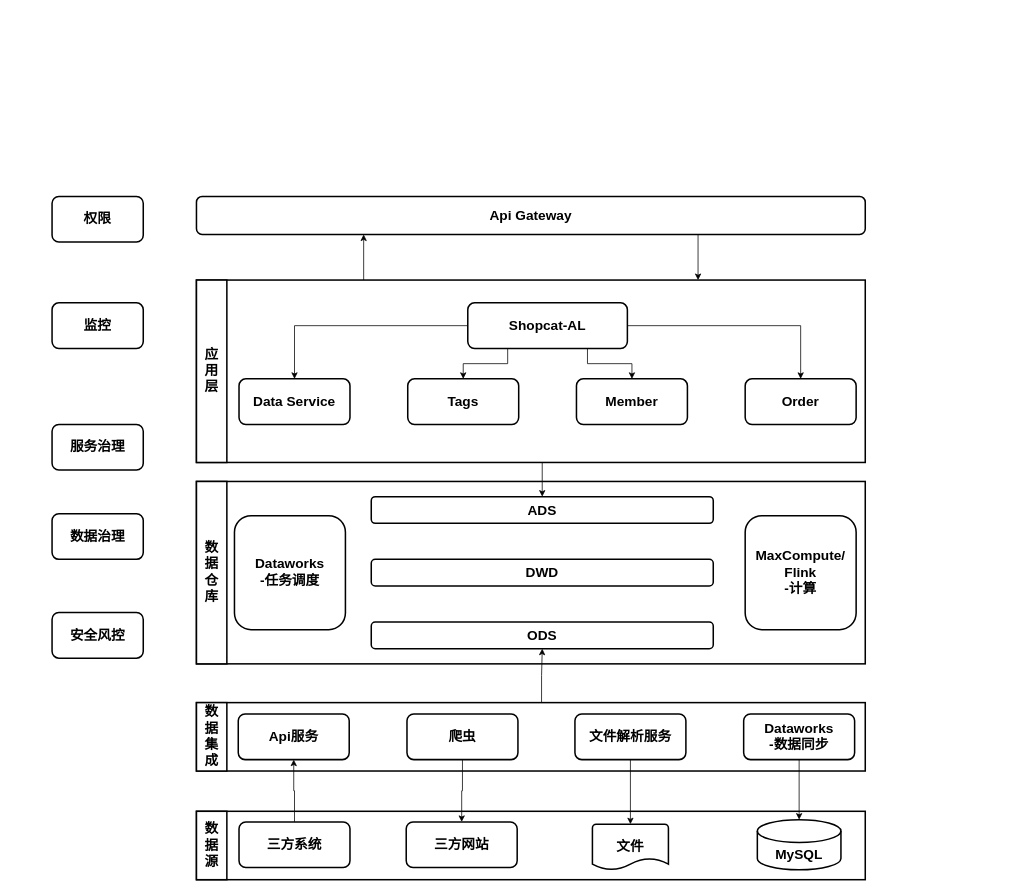
This is page "BBI&CRM融合架构" (16 of 16) of indicator-platform.drawio from jackie-thank/beego-authz, a draw.io file, before an edit. Source tidied: cells renumbered, new cells numbered last; positions are measured from the earlier drawing's top-left corner, leaving out a move shared by most shapes. Both pictures are drawn from the tidied source at 76%, with x=0, y=0 at pixel (52, 196).
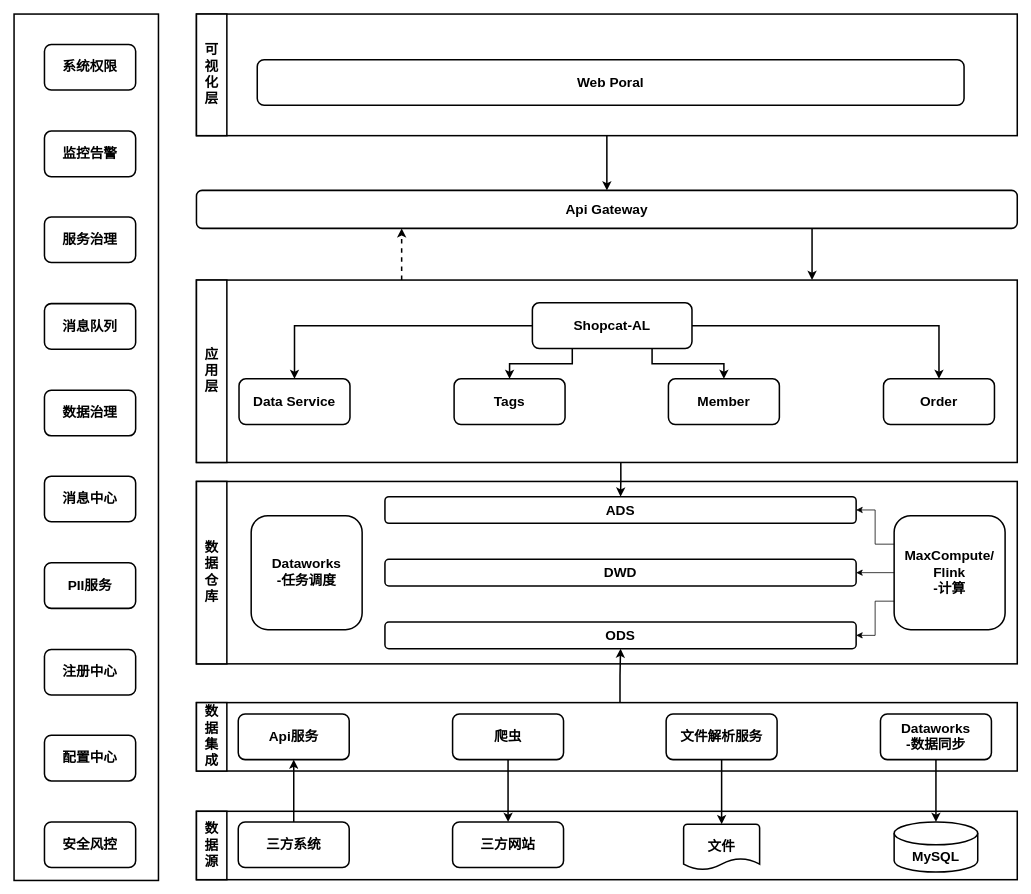
After the change.

Unchanged cells that the change refers to:
```xml
<mxCell id="9" value="Data Service" style="rounded=1;whiteSpace=wrap;html=1;strokeWidth=2;fontSize=18;fontStyle=1;" parent="1" vertex="1">
  <mxGeometry x="246" y="240" width="146" height="60" as="geometry" />
</mxCell>
<mxCell id="41" value="Api服务" style="rounded=1;whiteSpace=wrap;html=1;strokeWidth=2;fontSize=18;fontStyle=1;" parent="1" vertex="1">
  <mxGeometry x="245" y="681" width="146" height="60" as="geometry" />
</mxCell>
```

What changed in the source:
```diff
@@
+    <mxCell id="46" style="edgeStyle=orthogonalEdgeStyle;rounded=0;jettySize=auto;html=1;exitX=0.5;exitY=1;exitDx=0;exitDy=0;strokeWidth=2;" parent="1" edge="1" source="47" target="11">
+      <mxGeometry relative="1" as="geometry" />
+    </mxCell>
+    <mxCell id="47" style="rounded=0;whiteSpace=wrap;html=1;strokeWidth=2;" parent="1" vertex="1">
+      <mxGeometry x="190" y="-240" width="1080" height="160" as="geometry" />
+    </mxCell>
+    <mxCell id="48" style="rounded=0;whiteSpace=wrap;html=1;strokeWidth=2;" parent="1" vertex="1">
+      <mxGeometry x="-50" y="-240" width="190" height="1140" as="geometry" />
+    </mxCell>
     <mxCell id="2" style="rounded=0;whiteSpace=wrap;html=1;strokeWidth=2;" parent="1" vertex="1">
-      <mxGeometry x="190" y="375" width="880" height="240" as="geometry" />
+      <mxGeometry x="190" y="375" width="1080" height="240" as="geometry" />
     </mxCell>
-    <mxCell id="3" style="edgeStyle=orthogonalEdgeStyle;rounded=0;jettySize=auto;html=1;exitX=0.517;exitY=1.002;exitDx=0;exitDy=0;exitPerimeter=0;" parent="1" edge="1" source="5" target="22">
+    <mxCell id="3" style="edgeStyle=orthogonalEdgeStyle;rounded=0;jettySize=auto;html=1;exitX=0.517;exitY=1.002;exitDx=0;exitDy=0;exitPerimeter=0;strokeWidth=2;" parent="1" edge="1" source="5" target="22">
       <mxGeometry relative="1" as="geometry" />
     </mxCell>
-    <mxCell id="4" style="edgeStyle=orthogonalEdgeStyle;rounded=0;jettySize=auto;html=1;exitX=0.25;exitY=0;exitDx=0;exitDy=0;entryX=0.25;entryY=1;entryDx=0;entryDy=0;" parent="1" edge="1" source="5" target="11">
+    <mxCell id="4" style="edgeStyle=orthogonalEdgeStyle;rounded=0;jettySize=auto;html=1;exitX=0.25;exitY=0;exitDx=0;exitDy=0;entryX=0.25;entryY=1;entryDx=0;entryDy=0;fontSize=15;fontStyle=1;strokeWidth=2;dashed=1;" parent="1" edge="1" source="5" target="11">
       <mxGeometry relative="1" as="geometry" />
     </mxCell>
     <mxCell id="5" style="rounded=0;whiteSpace=wrap;html=1;strokeWidth=2;" parent="1" vertex="1">
-      <mxGeometry x="190" y="110" width="880" height="240" as="geometry" />
+      <mxGeometry x="190" y="110" width="1080" height="240" as="geometry" />
     </mxCell>
     <mxCell id="6" value="Member" style="rounded=1;whiteSpace=wrap;html=1;strokeWidth=2;fontSize=18;fontStyle=1;" parent="1" vertex="1">
-      <mxGeometry x="690" y="240" width="146" height="60" as="geometry" />
+      <mxGeometry x="811" y="240" width="146" height="60" as="geometry" />
     </mxCell>
     <mxCell id="7" value="Order" style="rounded=1;whiteSpace=wrap;html=1;strokeWidth=2;fontSize=18;fontStyle=1;" parent="1" vertex="1">
-      <mxGeometry x="912" y="240" width="146" height="60" as="geometry" />
+      <mxGeometry x="1094" y="240" width="146" height="60" as="geometry" />
     </mxCell>
     <mxCell id="8" value="Tags" style="rounded=1;whiteSpace=wrap;html=1;strokeWidth=2;fontSize=18;fontStyle=1;" parent="1" vertex="1">
-      <mxGeometry x="468" y="240" width="146" height="60" as="geometry" />
+      <mxGeometry x="529" y="240" width="146" height="60" as="geometry" />
     </mxCell>
@@
-    <mxCell id="10" style="edgeStyle=orthogonalEdgeStyle;rounded=0;jettySize=auto;html=1;exitX=0.75;exitY=1;exitDx=0;exitDy=0;entryX=0.75;entryY=0;entryDx=0;entryDy=0;" parent="1" edge="1" source="11" target="5">
+    <mxCell id="10" style="edgeStyle=orthogonalEdgeStyle;rounded=0;jettySize=auto;html=1;exitX=0.75;exitY=1;exitDx=0;exitDy=0;entryX=0.75;entryY=0;entryDx=0;entryDy=0;strokeWidth=2;" parent="1" edge="1" source="11" target="5">
       <mxGeometry relative="1" as="geometry" />
     </mxCell>
     <mxCell id="11" value="Api Gateway" style="rounded=1;whiteSpace=wrap;html=1;strokeWidth=2;fontSize=18;fontStyle=1;" parent="1" vertex="1">
-      <mxGeometry x="190" width="880" height="50" as="geometry" />
+      <mxGeometry x="190" y="-8" width="1080" height="50" as="geometry" />
     </mxCell>
     <mxCell id="12" value="ODS" style="rounded=1;whiteSpace=wrap;html=1;strokeWidth=2;fontSize=18;fontStyle=1;" parent="1" vertex="1">
-      <mxGeometry x="420" y="560" width="450" height="35" as="geometry" />
+      <mxGeometry x="438" y="560" width="620" height="35" as="geometry" />
     </mxCell>
-    <mxCell id="13" style="edgeStyle=orthogonalEdgeStyle;rounded=0;jettySize=auto;html=1;exitX=0.75;exitY=1;exitDx=0;exitDy=0;" parent="1" edge="1" source="17" target="6">
+    <mxCell id="13" style="edgeStyle=orthogonalEdgeStyle;rounded=0;jettySize=auto;html=1;exitX=0.75;exitY=1;exitDx=0;exitDy=0;strokeWidth=2;" parent="1" edge="1" source="17" target="6">
       <mxGeometry relative="1" as="geometry" />
     </mxCell>
-    <mxCell id="14" style="edgeStyle=orthogonalEdgeStyle;rounded=0;jettySize=auto;html=1;exitX=1;exitY=0.5;exitDx=0;exitDy=0;" parent="1" edge="1" source="17" target="7">
+    <mxCell id="14" style="edgeStyle=orthogonalEdgeStyle;rounded=0;jettySize=auto;html=1;exitX=1;exitY=0.5;exitDx=0;exitDy=0;strokeWidth=2;" parent="1" edge="1" source="17" target="7">
       <mxGeometry relative="1" as="geometry" />
     </mxCell>
-    <mxCell id="15" style="edgeStyle=orthogonalEdgeStyle;rounded=0;jettySize=auto;html=1;exitX=0.25;exitY=1;exitDx=0;exitDy=0;" parent="1" edge="1" source="17" target="8">
+    <mxCell id="15" style="edgeStyle=orthogonalEdgeStyle;rounded=0;jettySize=auto;html=1;exitX=0.25;exitY=1;exitDx=0;exitDy=0;strokeWidth=2;" parent="1" edge="1" source="17" target="8">
       <mxGeometry relative="1" as="geometry" />
     </mxCell>
-    <mxCell id="16" style="edgeStyle=orthogonalEdgeStyle;rounded=0;jettySize=auto;html=1;exitX=0;exitY=0.5;exitDx=0;exitDy=0;entryX=0.5;entryY=0;entryDx=0;entryDy=0;" parent="1" edge="1" source="17" target="9">
+    <mxCell id="16" style="edgeStyle=orthogonalEdgeStyle;rounded=0;jettySize=auto;html=1;exitX=0;exitY=0.5;exitDx=0;exitDy=0;entryX=0.5;entryY=0;entryDx=0;entryDy=0;strokeWidth=2;" parent="1" edge="1" source="17" target="9">
       <mxGeometry relative="1" as="geometry" />
     </mxCell>
     <mxCell id="17" value="Shopcat-AL" style="rounded=1;whiteSpace=wrap;html=1;strokeWidth=2;fontSize=18;fontStyle=1;" parent="1" vertex="1">
-      <mxGeometry x="547" y="140" width="210" height="60" as="geometry" />
+      <mxGeometry x="632" y="140" width="210" height="60" as="geometry" />
     </mxCell>
-    <mxCell id="18" value="权限" style="rounded=1;whiteSpace=wrap;html=1;strokeWidth=2;fontSize=18;fontStyle=1;" parent="1" vertex="1">
-      <mxGeometry width="120" height="60" as="geometry" />
+    <mxCell id="18" value="系统权限" style="rounded=1;whiteSpace=wrap;html=1;strokeWidth=2;fontSize=18;fontStyle=1;" parent="1" vertex="1">
+      <mxGeometry x="-10" y="-200" width="120" height="60" as="geometry" />
     </mxCell>
-    <mxCell id="19" value="监控" style="rounded=1;whiteSpace=wrap;html=1;strokeWidth=2;fontSize=18;fontStyle=1;" parent="1" vertex="1">
-      <mxGeometry y="140" width="120" height="60" as="geometry" />
+    <mxCell id="19" value="监控告警" style="rounded=1;whiteSpace=wrap;html=1;strokeWidth=2;fontSize=18;fontStyle=1;" parent="1" vertex="1">
+      <mxGeometry x="-10" y="-86" width="120" height="60" as="geometry" />
     </mxCell>
     <mxCell id="20" value="服务治理" style="rounded=1;whiteSpace=wrap;html=1;strokeWidth=2;fontSize=18;fontStyle=1;" parent="1" vertex="1">
-      <mxGeometry y="300" width="120" height="60" as="geometry" />
+      <mxGeometry x="-10" y="27" width="120" height="60" as="geometry" />
     </mxCell>
     <mxCell id="21" value="DWD" style="rounded=1;whiteSpace=wrap;html=1;strokeWidth=2;fontSize=18;fontStyle=1;" parent="1" vertex="1">
-      <mxGeometry x="420" y="477.5" width="450" height="35" as="geometry" />
+      <mxGeometry x="438" y="477.5" width="620" height="35" as="geometry" />
     </mxCell>
     <mxCell id="22" value="ADS" style="rounded=1;whiteSpace=wrap;html=1;strokeWidth=2;fontSize=18;fontStyle=1;" parent="1" vertex="1">
-      <mxGeometry x="420" y="395" width="450" height="35" as="geometry" />
+      <mxGeometry x="438" y="395" width="620" height="35" as="geometry" />
     </mxCell>
-    <mxCell id="23" style="edgeStyle=orthogonalEdgeStyle;rounded=0;jettySize=auto;html=1;exitX=0.516;exitY=0.01;exitDx=0;exitDy=0;exitPerimeter=0;" parent="1" edge="1" source="24" target="12">
+    <mxCell id="23" style="edgeStyle=orthogonalEdgeStyle;rounded=0;jettySize=auto;html=1;exitX=0.516;exitY=0.01;exitDx=0;exitDy=0;exitPerimeter=0;strokeWidth=2;" parent="1" edge="1" source="24" target="12">
       <mxGeometry relative="1" as="geometry" />
     </mxCell>
     <mxCell id="24" style="rounded=0;whiteSpace=wrap;html=1;strokeWidth=2;" parent="1" vertex="1">
-      <mxGeometry x="190" y="666" width="880" height="90" as="geometry" />
+      <mxGeometry x="190" y="666" width="1080" height="90" as="geometry" />
     </mxCell>
     <mxCell id="25" value="&lt;div&gt;Dataworks&lt;/div&gt;&lt;div&gt;-数据同步&lt;/div&gt;" style="rounded=1;whiteSpace=wrap;html=1;strokeWidth=2;fontSize=18;fontStyle=1;" parent="1" vertex="1">
-      <mxGeometry x="910" y="681" width="146" height="60" as="geometry" />
+      <mxGeometry x="1090" y="681" width="146" height="60" as="geometry" />
     </mxCell>
@@
     <mxCell id="27" style="rounded=0;whiteSpace=wrap;html=1;strokeWidth=2;" parent="1" vertex="1">
-      <mxGeometry x="190" y="809" width="880" height="90" as="geometry" />
+      <mxGeometry x="190" y="809" width="1080" height="90" as="geometry" />
     </mxCell>
@@
     <mxCell id="30" value="MySQL" style="shape=cylinder3;whiteSpace=wrap;html=1;boundedLbl=1;backgroundOutline=1;size=15;strokeWidth=2;fontSize=18;fontStyle=1;" parent="1" vertex="1">
-      <mxGeometry x="928" y="820" width="110" height="66" as="geometry" />
+      <mxGeometry x="1108" y="823" width="110" height="66" as="geometry" />
     </mxCell>
-    <mxCell id="31" style="edgeStyle=orthogonalEdgeStyle;rounded=0;jettySize=auto;html=1;exitX=0.5;exitY=1;exitDx=0;exitDy=0;entryX=0.5;entryY=0;entryDx=0;entryDy=0;entryPerimeter=0;" parent="1" edge="1" source="25" target="30">
+    <mxCell id="31" style="edgeStyle=orthogonalEdgeStyle;rounded=0;jettySize=auto;html=1;exitX=0.5;exitY=1;exitDx=0;exitDy=0;entryX=0.5;entryY=0;entryDx=0;entryDy=0;entryPerimeter=0;strokeWidth=2;fontStyle=1;fontSize=15;" parent="1" edge="1" source="25" target="30">
       <mxGeometry relative="1" as="geometry" />
     </mxCell>
+    <mxCell id="49" style="edgeStyle=orthogonalEdgeStyle;rounded=0;jettySize=auto;html=1;exitX=0;exitY=0.75;exitDx=0;exitDy=0;" parent="1" edge="1" source="32" target="12">
+      <mxGeometry relative="1" as="geometry" />
+    </mxCell>
+    <mxCell id="50" style="edgeStyle=orthogonalEdgeStyle;rounded=0;jettySize=auto;html=1;exitX=0;exitY=0.5;exitDx=0;exitDy=0;entryX=1;entryY=0.5;entryDx=0;entryDy=0;" parent="1" edge="1" source="32" target="21">
+      <mxGeometry relative="1" as="geometry" />
+    </mxCell>
+    <mxCell id="51" style="edgeStyle=orthogonalEdgeStyle;rounded=0;jettySize=auto;html=1;exitX=0;exitY=0.25;exitDx=0;exitDy=0;" parent="1" edge="1" source="32" target="22">
+      <mxGeometry relative="1" as="geometry" />
+    </mxCell>
     <mxCell id="32" value="&lt;div&gt;MaxCompute/&lt;/div&gt;&lt;div&gt;Flink&lt;/div&gt;&lt;div&gt;-计算&lt;br&gt;&lt;/div&gt;" style="rounded=1;whiteSpace=wrap;html=1;strokeWidth=2;fontSize=18;fontStyle=1;" parent="1" vertex="1">
-      <mxGeometry x="912" y="420" width="146" height="150" as="geometry" />
+      <mxGeometry x="1108" y="420" width="146" height="150" as="geometry" />
     </mxCell>
     <mxCell id="33" value="&lt;div&gt;Dataworks&lt;/div&gt;&lt;div&gt;-任务调度&lt;br&gt;&lt;/div&gt;" style="rounded=1;whiteSpace=wrap;html=1;strokeWidth=2;fontSize=18;fontStyle=1;" parent="1" vertex="1">
-      <mxGeometry x="240" y="420" width="146" height="150" as="geometry" />
+      <mxGeometry x="262" y="420" width="146" height="150" as="geometry" />
     </mxCell>
     <mxCell id="34" value="数据治理" style="rounded=1;whiteSpace=wrap;html=1;strokeWidth=2;fontSize=18;fontStyle=1;" parent="1" vertex="1">
-      <mxGeometry y="417.5" width="120" height="60" as="geometry" />
+      <mxGeometry x="-10" y="255" width="120" height="60" as="geometry" />
     </mxCell>
@@
     <mxCell id="36" value="安全风控" style="rounded=1;whiteSpace=wrap;html=1;strokeWidth=2;fontSize=18;fontStyle=1;" parent="1" vertex="1">
-      <mxGeometry y="547.5" width="120" height="60" as="geometry" />
+      <mxGeometry x="-10" y="823" width="120" height="60" as="geometry" />
     </mxCell>
     <mxCell id="37" value="文件" style="strokeWidth=2;html=1;shape=mxgraph.flowchart.document2;whiteSpace=wrap;size=0.25;fontSize=18;fontStyle=1;" parent="1" vertex="1">
-      <mxGeometry x="711" y="826" width="100" height="60" as="geometry" />
+      <mxGeometry x="831" y="826" width="100" height="60" as="geometry" />
     </mxCell>
     <mxCell id="38" value="文件解析服务" style="rounded=1;whiteSpace=wrap;html=1;strokeWidth=2;fontSize=18;fontStyle=1;" parent="1" vertex="1">
-      <mxGeometry x="688" y="681" width="146" height="60" as="geometry" />
+      <mxGeometry x="808" y="681" width="146" height="60" as="geometry" />
     </mxCell>
-    <mxCell id="39" style="edgeStyle=orthogonalEdgeStyle;rounded=0;jettySize=auto;html=1;exitX=0.5;exitY=1;exitDx=0;exitDy=0;" parent="1" edge="1" source="40" target="45">
+    <mxCell id="39" style="edgeStyle=orthogonalEdgeStyle;rounded=0;jettySize=auto;html=1;exitX=0.5;exitY=1;exitDx=0;exitDy=0;strokeWidth=2;fontStyle=1;fontSize=15;" parent="1" edge="1" source="40" target="45">
       <mxGeometry relative="1" as="geometry" />
     </mxCell>
     <mxCell id="40" value="爬虫" style="rounded=1;whiteSpace=wrap;html=1;strokeWidth=2;fontSize=18;fontStyle=1;" parent="1" vertex="1">
-      <mxGeometry x="467" y="681" width="146" height="60" as="geometry" />
+      <mxGeometry x="527" y="681" width="146" height="60" as="geometry" />
     </mxCell>
@@
-    <mxCell id="42" style="edgeStyle=orthogonalEdgeStyle;rounded=0;jettySize=auto;html=1;exitX=0.5;exitY=1;exitDx=0;exitDy=0;entryX=0.5;entryY=0;entryDx=0;entryDy=0;entryPerimeter=0;" parent="1" edge="1" source="38" target="37">
+    <mxCell id="42" style="edgeStyle=orthogonalEdgeStyle;rounded=0;jettySize=auto;html=1;exitX=0.5;exitY=1;exitDx=0;exitDy=0;entryX=0.5;entryY=0;entryDx=0;entryDy=0;entryPerimeter=0;strokeWidth=2;fontStyle=1;fontSize=15;" parent="1" edge="1" source="38" target="37">
       <mxGeometry relative="1" as="geometry" />
     </mxCell>
-    <mxCell id="43" style="edgeStyle=orthogonalEdgeStyle;rounded=0;jettySize=auto;html=1;exitX=0.5;exitY=0;exitDx=0;exitDy=0;entryX=0.5;entryY=1;entryDx=0;entryDy=0;" parent="1" edge="1" source="44" target="41">
+    <mxCell id="43" style="edgeStyle=orthogonalEdgeStyle;rounded=0;jettySize=auto;html=1;exitX=0.5;exitY=0;exitDx=0;exitDy=0;entryX=0.5;entryY=1;entryDx=0;entryDy=0;strokeWidth=2;fontStyle=1;fontSize=15;" parent="1" edge="1" source="44" target="41">
       <mxGeometry relative="1" as="geometry" />
     </mxCell>
     <mxCell id="44" value="三方系统" style="rounded=1;whiteSpace=wrap;html=1;strokeWidth=2;fontSize=18;fontStyle=1;" parent="1" vertex="1">
-      <mxGeometry x="246" y="823" width="146" height="60" as="geometry" />
+      <mxGeometry x="245" y="823" width="146" height="60" as="geometry" />
     </mxCell>
     <mxCell id="45" value="三方网站" style="rounded=1;whiteSpace=wrap;html=1;strokeWidth=2;fontSize=18;fontStyle=1;" parent="1" vertex="1">
-      <mxGeometry x="466" y="823" width="146" height="60" as="geometry" />
+      <mxGeometry x="527" y="823" width="146" height="60" as="geometry" />
     </mxCell>
+    <mxCell id="52" value="注册中心" style="rounded=1;whiteSpace=wrap;html=1;strokeWidth=2;fontSize=18;fontStyle=1;" parent="1" vertex="1">
+      <mxGeometry x="-10" y="596" width="120" height="60" as="geometry" />
+    </mxCell>
+    <mxCell id="53" value="配置中心" style="rounded=1;whiteSpace=wrap;html=1;strokeWidth=2;fontSize=18;fontStyle=1;" parent="1" vertex="1">
+      <mxGeometry x="-10" y="709" width="120" height="60" as="geometry" />
+    </mxCell>
+    <mxCell id="54" value="&lt;div&gt;可&lt;/div&gt;&lt;div&gt;视&lt;/div&gt;&lt;div&gt;化&lt;/div&gt;&lt;div&gt;层&lt;/div&gt;" style="rounded=0;whiteSpace=wrap;html=1;strokeWidth=2;fontSize=18;fontStyle=1;" parent="1" vertex="1">
+      <mxGeometry x="190" y="-240" width="40" height="160" as="geometry" />
+    </mxCell>
+    <mxCell id="55" value="&lt;div&gt;Web Poral&lt;br&gt;&lt;/div&gt;" style="rounded=1;whiteSpace=wrap;html=1;strokeWidth=2;fontSize=18;fontStyle=1;" parent="1" vertex="1">
+      <mxGeometry x="270" y="-180" width="930" height="60" as="geometry" />
+    </mxCell>
+    <mxCell id="56" value="消息队列" style="rounded=1;whiteSpace=wrap;html=1;strokeWidth=2;fontSize=18;fontStyle=1;" parent="1" vertex="1">
+      <mxGeometry x="-10" y="141" width="120" height="60" as="geometry" />
+    </mxCell>
+    <mxCell id="57" value="消息中心" style="rounded=1;whiteSpace=wrap;html=1;strokeWidth=2;fontSize=18;fontStyle=1;" parent="1" vertex="1">
+      <mxGeometry x="-10" y="368" width="120" height="60" as="geometry" />
+    </mxCell>
+    <mxCell id="58" value="PII服务" style="rounded=1;whiteSpace=wrap;html=1;strokeWidth=2;fontSize=18;fontStyle=1;" parent="1" vertex="1">
+      <mxGeometry x="-10" y="482" width="120" height="60" as="geometry" />
+    </mxCell>
```
